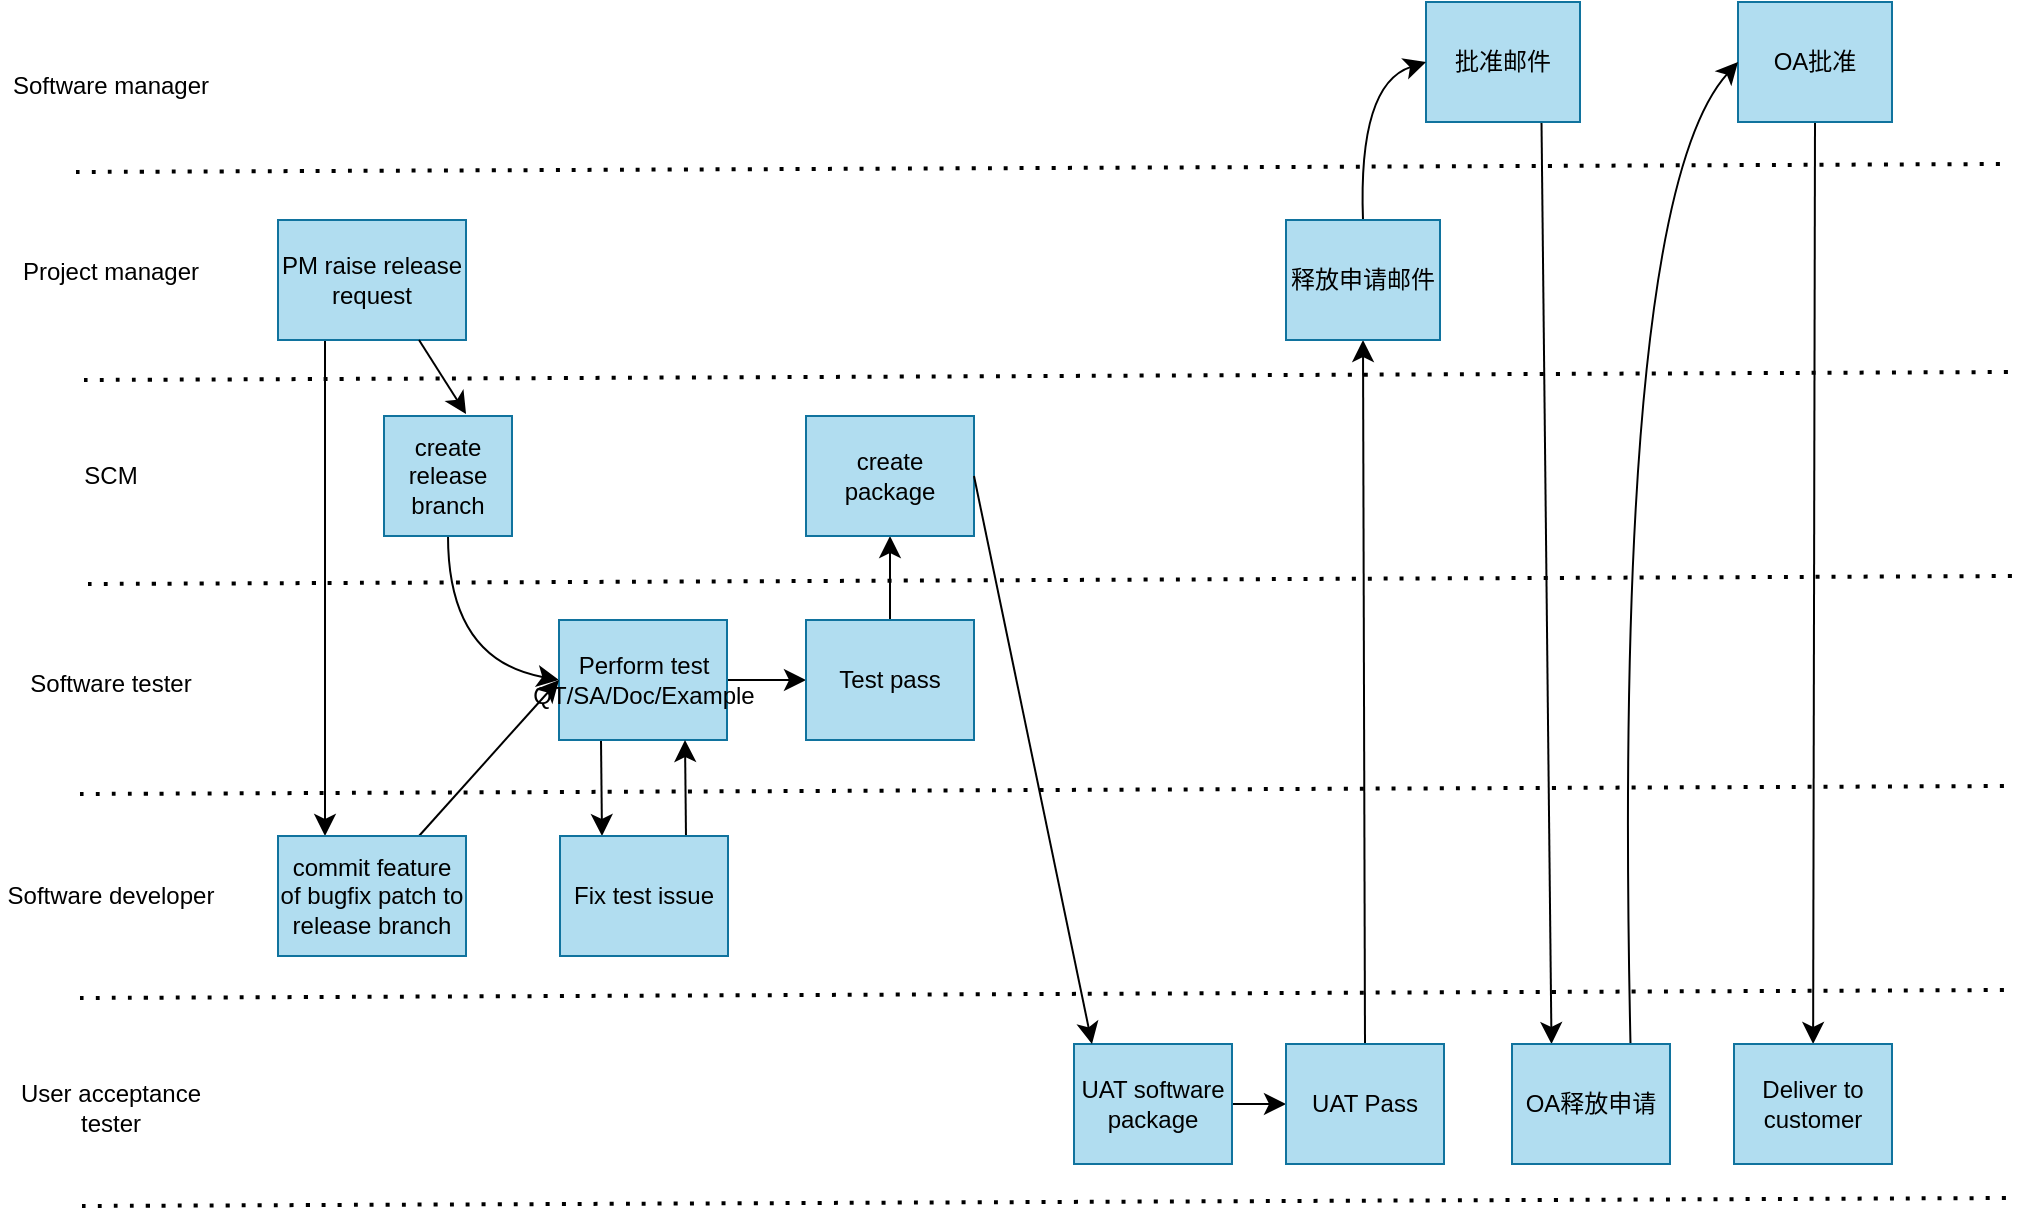
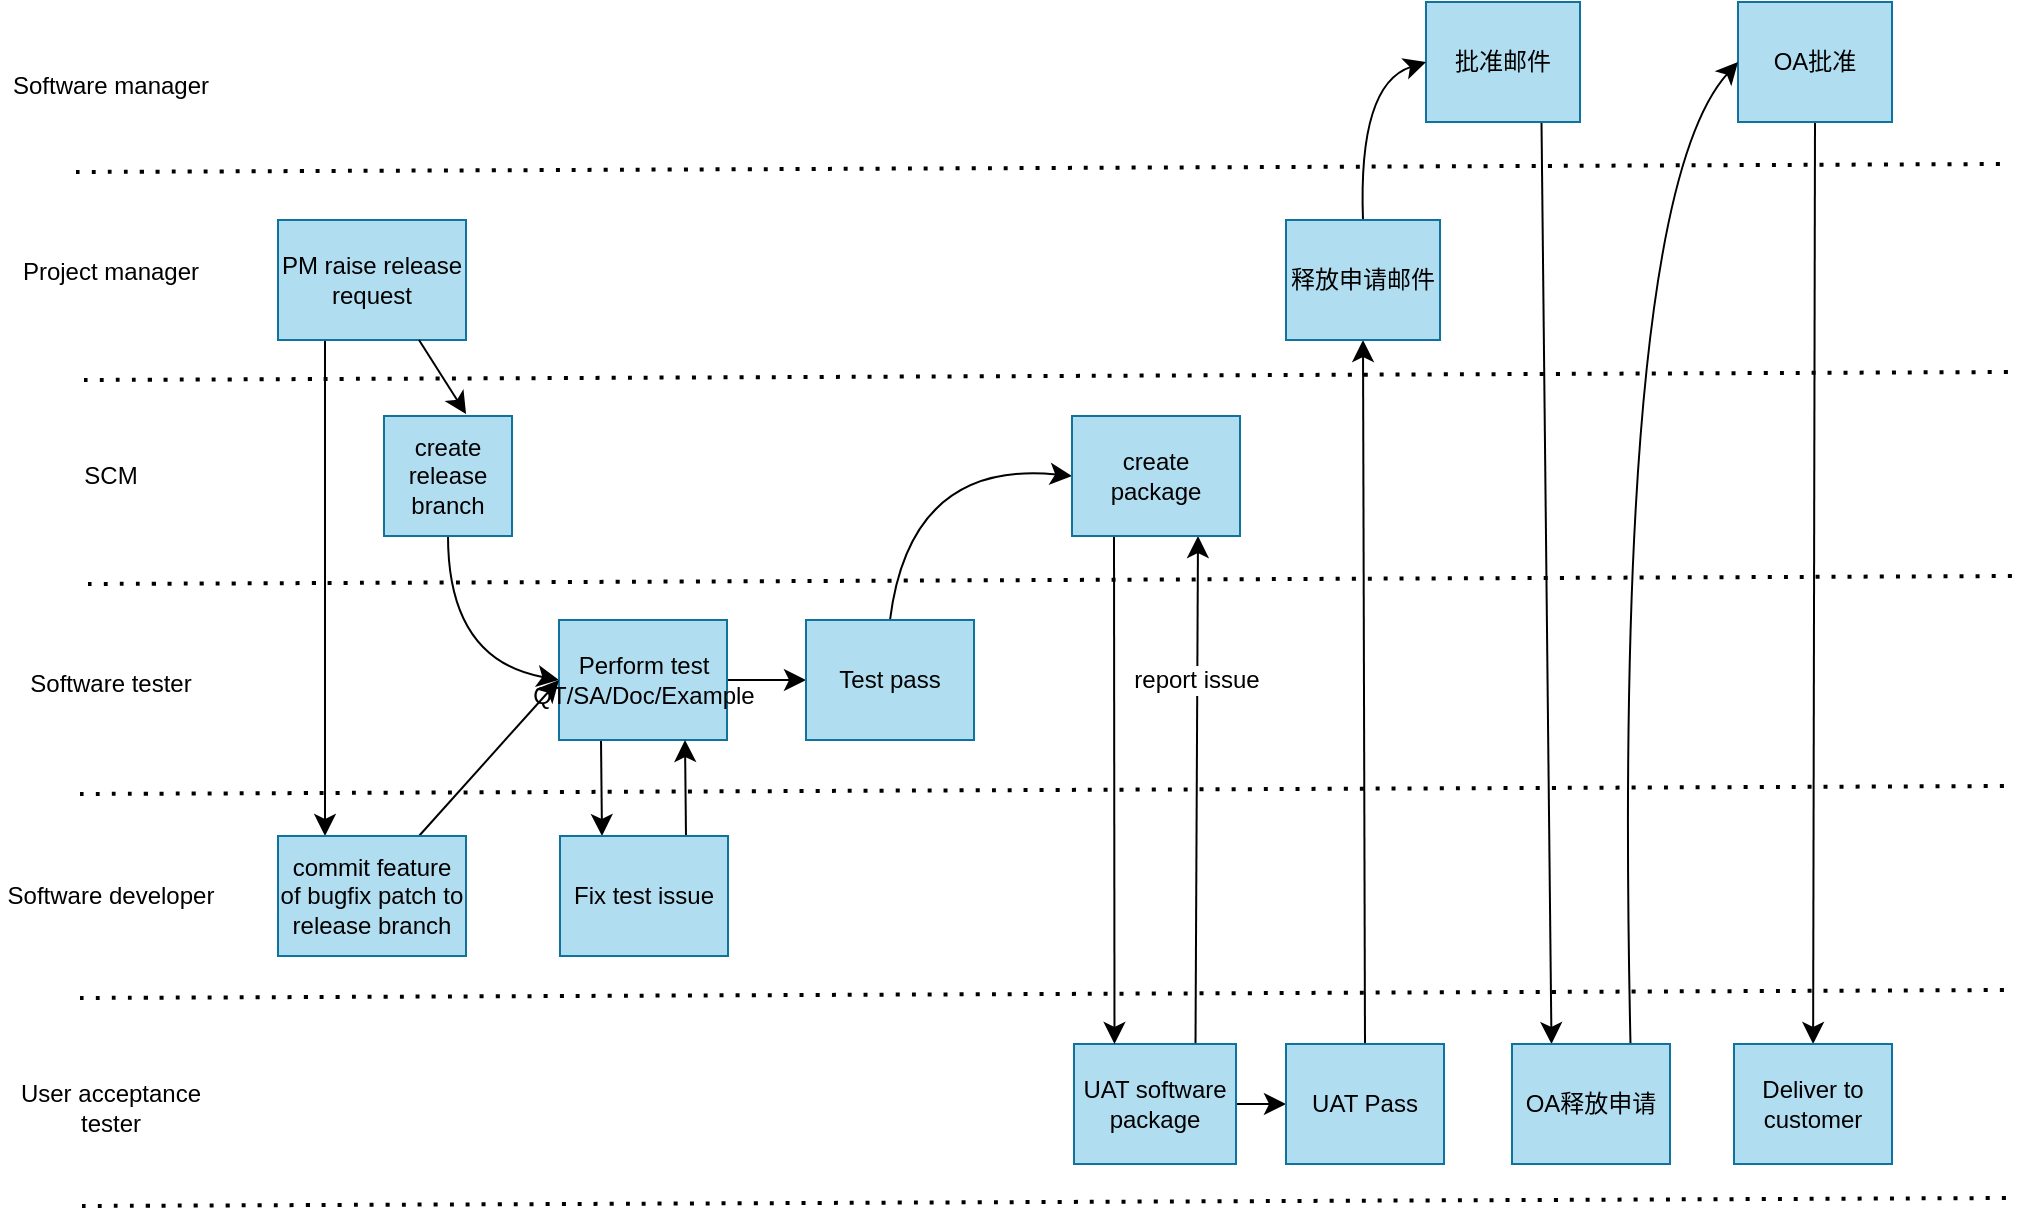
<mxfile host="app.diagrams.net">
  <diagram name="Page-1" id="fTPwgdbc9iwTcl-xMIqn">
    <mxGraphModel dx="3014" dy="1651" grid="0" gridSize="10" guides="1" tooltips="1" connect="1" arrows="1" fold="1" page="0" pageScale="1" pageWidth="827" pageHeight="1169" math="0" shadow="0">
      <root>
        <mxCell id="0" />
        <mxCell id="1" parent="0" />
        <mxCell id="DVGrybJIp1oMZ7pIrlnc-45" edge="1" parent="1" source="DVGrybJIp1oMZ7pIrlnc-1" style="edgeStyle=none;curved=1;rounded=0;orthogonalLoop=1;jettySize=auto;html=1;exitX=0.75;exitY=1;exitDx=0;exitDy=0;entryX=0.25;entryY=0;entryDx=0;entryDy=0;fontSize=12;startSize=8;endSize=8;" target="DVGrybJIp1oMZ7pIrlnc-28">
          <mxGeometry relative="1" as="geometry" />
        </mxCell>
        <mxCell id="DVGrybJIp1oMZ7pIrlnc-1" parent="1" style="rounded=0;whiteSpace=wrap;html=1;fillColor=#b1ddf0;strokeColor=#10739e;" value="批准邮件" vertex="1">
          <mxGeometry height="60" width="77" x="-542" y="-687" as="geometry" />
        </mxCell>
        <mxCell id="DVGrybJIp1oMZ7pIrlnc-4" edge="1" parent="1" style="endArrow=none;dashed=1;html=1;dashPattern=1 3;strokeWidth=2;rounded=0;fontSize=12;startSize=8;endSize=8;curved=1;" value="">
          <mxGeometry height="50" relative="1" width="50" as="geometry">
            <mxPoint x="-1217" y="-602" as="sourcePoint" />
            <mxPoint x="-253" y="-606" as="targetPoint" />
          </mxGeometry>
        </mxCell>
        <mxCell id="DVGrybJIp1oMZ7pIrlnc-31" edge="1" parent="1" source="DVGrybJIp1oMZ7pIrlnc-6" style="edgeStyle=none;curved=1;rounded=0;orthogonalLoop=1;jettySize=auto;html=1;exitX=0.25;exitY=1;exitDx=0;exitDy=0;entryX=0.25;entryY=0;entryDx=0;entryDy=0;fontSize=12;startSize=8;endSize=8;" target="DVGrybJIp1oMZ7pIrlnc-12">
          <mxGeometry relative="1" as="geometry" />
        </mxCell>
        <mxCell id="DVGrybJIp1oMZ7pIrlnc-6" parent="1" style="rounded=0;whiteSpace=wrap;html=1;fillColor=#b1ddf0;strokeColor=#10739e;" value="PM raise release request" vertex="1">
          <mxGeometry height="60" width="94" x="-1116" y="-578" as="geometry" />
        </mxCell>
        <mxCell id="DVGrybJIp1oMZ7pIrlnc-7" edge="1" parent="1" style="endArrow=none;dashed=1;html=1;dashPattern=1 3;strokeWidth=2;rounded=0;fontSize=12;startSize=8;endSize=8;curved=1;" value="">
          <mxGeometry height="50" relative="1" width="50" as="geometry">
            <mxPoint x="-1213" y="-498" as="sourcePoint" />
            <mxPoint x="-249" y="-502" as="targetPoint" />
          </mxGeometry>
        </mxCell>
        <mxCell id="DVGrybJIp1oMZ7pIrlnc-32" edge="1" parent="1" source="DVGrybJIp1oMZ7pIrlnc-8" style="edgeStyle=none;curved=1;rounded=0;orthogonalLoop=1;jettySize=auto;html=1;exitX=0.5;exitY=1;exitDx=0;exitDy=0;entryX=0;entryY=0.5;entryDx=0;entryDy=0;fontSize=12;startSize=8;endSize=8;" target="DVGrybJIp1oMZ7pIrlnc-10">
          <mxGeometry relative="1" as="geometry">
            <Array as="points">
              <mxPoint x="-1031" y="-358" />
            </Array>
          </mxGeometry>
        </mxCell>
        <mxCell id="DVGrybJIp1oMZ7pIrlnc-8" parent="1" style="rounded=0;whiteSpace=wrap;html=1;fillColor=#b1ddf0;strokeColor=#10739e;" value="create release branch" vertex="1">
          <mxGeometry height="60" width="64" x="-1063" y="-480" as="geometry" />
        </mxCell>
        <mxCell id="DVGrybJIp1oMZ7pIrlnc-9" edge="1" parent="1" style="endArrow=none;dashed=1;html=1;dashPattern=1 3;strokeWidth=2;rounded=0;fontSize=12;startSize=8;endSize=8;curved=1;" value="">
          <mxGeometry height="50" relative="1" width="50" as="geometry">
            <mxPoint x="-1211" y="-396" as="sourcePoint" />
            <mxPoint x="-247" y="-400" as="targetPoint" />
          </mxGeometry>
        </mxCell>
        <mxCell id="DVGrybJIp1oMZ7pIrlnc-34" edge="1" parent="1" source="DVGrybJIp1oMZ7pIrlnc-10" style="edgeStyle=none;curved=1;rounded=0;orthogonalLoop=1;jettySize=auto;html=1;exitX=0.25;exitY=1;exitDx=0;exitDy=0;entryX=0.25;entryY=0;entryDx=0;entryDy=0;fontSize=12;startSize=8;endSize=8;" target="DVGrybJIp1oMZ7pIrlnc-26">
          <mxGeometry relative="1" as="geometry" />
        </mxCell>
        <mxCell id="DVGrybJIp1oMZ7pIrlnc-36" edge="1" parent="1" source="DVGrybJIp1oMZ7pIrlnc-10" style="edgeStyle=none;curved=1;rounded=0;orthogonalLoop=1;jettySize=auto;html=1;exitX=1;exitY=0.5;exitDx=0;exitDy=0;entryX=0;entryY=0.5;entryDx=0;entryDy=0;fontSize=12;startSize=8;endSize=8;" target="DVGrybJIp1oMZ7pIrlnc-24">
          <mxGeometry relative="1" as="geometry" />
        </mxCell>
        <mxCell id="DVGrybJIp1oMZ7pIrlnc-10" parent="1" style="rounded=0;whiteSpace=wrap;html=1;fillColor=#b1ddf0;strokeColor=#10739e;" value="&lt;div&gt;Perform test&lt;/div&gt;&lt;div&gt;QT/SA/Doc/Example&lt;/div&gt;" vertex="1">
          <mxGeometry height="60" width="84" x="-975.5" y="-378" as="geometry" />
        </mxCell>
        <mxCell id="DVGrybJIp1oMZ7pIrlnc-11" edge="1" parent="1" style="endArrow=none;dashed=1;html=1;dashPattern=1 3;strokeWidth=2;rounded=0;fontSize=12;startSize=8;endSize=8;curved=1;" value="">
          <mxGeometry height="50" relative="1" width="50" as="geometry">
            <mxPoint x="-1215" y="-291" as="sourcePoint" />
            <mxPoint x="-251" y="-295" as="targetPoint" />
          </mxGeometry>
        </mxCell>
        <mxCell id="DVGrybJIp1oMZ7pIrlnc-33" edge="1" parent="1" source="DVGrybJIp1oMZ7pIrlnc-12" style="edgeStyle=none;curved=1;rounded=0;orthogonalLoop=1;jettySize=auto;html=1;exitX=0.75;exitY=0;exitDx=0;exitDy=0;entryX=0;entryY=0.5;entryDx=0;entryDy=0;fontSize=12;startSize=8;endSize=8;" target="DVGrybJIp1oMZ7pIrlnc-10">
          <mxGeometry relative="1" as="geometry" />
        </mxCell>
        <mxCell id="DVGrybJIp1oMZ7pIrlnc-12" parent="1" style="rounded=0;whiteSpace=wrap;html=1;fillColor=#b1ddf0;strokeColor=#10739e;" value="commit feature of bugfix patch to release branch" vertex="1">
          <mxGeometry height="60" width="94" x="-1116" y="-270" as="geometry" />
        </mxCell>
        <mxCell id="DVGrybJIp1oMZ7pIrlnc-13" edge="1" parent="1" style="endArrow=none;dashed=1;html=1;dashPattern=1 3;strokeWidth=2;rounded=0;fontSize=12;startSize=8;endSize=8;curved=1;" value="">
          <mxGeometry height="50" relative="1" width="50" as="geometry">
            <mxPoint x="-1215" y="-189" as="sourcePoint" />
            <mxPoint x="-251" y="-193" as="targetPoint" />
          </mxGeometry>
        </mxCell>
        <mxCell id="DVGrybJIp1oMZ7pIrlnc-14" parent="1" style="text;html=1;whiteSpace=wrap;strokeColor=none;fillColor=none;align=center;verticalAlign=middle;rounded=0;" value="Software manager" vertex="1">
          <mxGeometry height="30" width="111" x="-1255" y="-660" as="geometry" />
        </mxCell>
        <mxCell id="DVGrybJIp1oMZ7pIrlnc-15" parent="1" style="text;html=1;whiteSpace=wrap;strokeColor=none;fillColor=none;align=center;verticalAlign=middle;rounded=0;" value="Project manager" vertex="1">
          <mxGeometry height="30" width="111" x="-1255" y="-567" as="geometry" />
        </mxCell>
        <mxCell id="DVGrybJIp1oMZ7pIrlnc-16" parent="1" style="text;html=1;whiteSpace=wrap;strokeColor=none;fillColor=none;align=center;verticalAlign=middle;rounded=0;" value="SCM" vertex="1">
          <mxGeometry height="30" width="111" x="-1255" y="-465" as="geometry" />
        </mxCell>
        <mxCell id="DVGrybJIp1oMZ7pIrlnc-17" parent="1" style="text;html=1;whiteSpace=wrap;strokeColor=none;fillColor=none;align=center;verticalAlign=middle;rounded=0;" value="Software tester" vertex="1">
          <mxGeometry height="30" width="111" x="-1255" y="-361" as="geometry" />
        </mxCell>
        <mxCell id="DVGrybJIp1oMZ7pIrlnc-18" parent="1" style="text;html=1;whiteSpace=wrap;strokeColor=none;fillColor=none;align=center;verticalAlign=middle;rounded=0;" value="Software developer" vertex="1">
          <mxGeometry height="30" width="111" x="-1255" y="-255" as="geometry" />
        </mxCell>
        <mxCell id="DVGrybJIp1oMZ7pIrlnc-41" edge="1" parent="1" source="DVGrybJIp1oMZ7pIrlnc-19" style="edgeStyle=none;curved=1;rounded=0;orthogonalLoop=1;jettySize=auto;html=1;exitX=1;exitY=0.5;exitDx=0;exitDy=0;entryX=0;entryY=0.5;entryDx=0;entryDy=0;fontSize=12;startSize=8;endSize=8;" target="DVGrybJIp1oMZ7pIrlnc-27">
          <mxGeometry relative="1" as="geometry" />
        </mxCell>
+         <mxCell id="DVGrybJIp1oMZ7pIrlnc-49" edge="1" parent="1" source="DVGrybJIp1oMZ7pIrlnc-19" style="edgeStyle=none;curved=1;rounded=0;orthogonalLoop=1;jettySize=auto;html=1;exitX=0.75;exitY=0;exitDx=0;exitDy=0;entryX=0.75;entryY=1;entryDx=0;entryDy=0;fontSize=12;startSize=8;endSize=8;" target="DVGrybJIp1oMZ7pIrlnc-25">
+           <mxGeometry relative="1" as="geometry" />
+         </mxCell>
+         <mxCell id="DVGrybJIp1oMZ7pIrlnc-50" connectable="0" parent="DVGrybJIp1oMZ7pIrlnc-49" style="edgeLabel;html=1;align=center;verticalAlign=middle;resizable=0;points=[];fontSize=12;" value="report issue" vertex="1">
+           <mxGeometry relative="1" x="0.433" y="1" as="geometry">
+             <mxPoint as="offset" />
+           </mxGeometry>
+         </mxCell>
        <mxCell id="DVGrybJIp1oMZ7pIrlnc-19" parent="1" style="rounded=0;whiteSpace=wrap;html=1;fillColor=#b1ddf0;strokeColor=#10739e;" value="UAT software package" vertex="1">
-           <mxGeometry height="60" width="79" x="-718" y="-166" as="geometry" />
+           <mxGeometry height="60" width="81" x="-718" y="-166" as="geometry" />
        </mxCell>
        <mxCell id="DVGrybJIp1oMZ7pIrlnc-20" edge="1" parent="1" style="endArrow=none;dashed=1;html=1;dashPattern=1 3;strokeWidth=2;rounded=0;fontSize=12;startSize=8;endSize=8;curved=1;" value="">
          <mxGeometry height="50" relative="1" width="50" as="geometry">
            <mxPoint x="-1214" y="-85" as="sourcePoint" />
            <mxPoint x="-250" y="-89" as="targetPoint" />
          </mxGeometry>
        </mxCell>
        <mxCell id="DVGrybJIp1oMZ7pIrlnc-21" parent="1" style="text;html=1;whiteSpace=wrap;strokeColor=none;fillColor=none;align=center;verticalAlign=middle;rounded=0;" value="User acceptance tester" vertex="1">
          <mxGeometry height="30" width="111" x="-1255" y="-149" as="geometry" />
        </mxCell>
        <mxCell id="DVGrybJIp1oMZ7pIrlnc-47" edge="1" parent="1" source="DVGrybJIp1oMZ7pIrlnc-22" style="edgeStyle=none;curved=1;rounded=0;orthogonalLoop=1;jettySize=auto;html=1;exitX=0.5;exitY=1;exitDx=0;exitDy=0;fontSize=12;startSize=8;endSize=8;" target="DVGrybJIp1oMZ7pIrlnc-29">
          <mxGeometry relative="1" as="geometry" />
        </mxCell>
        <mxCell id="DVGrybJIp1oMZ7pIrlnc-22" parent="1" style="rounded=0;whiteSpace=wrap;html=1;fillColor=#b1ddf0;strokeColor=#10739e;" value="OA批准" vertex="1">
          <mxGeometry height="60" width="77" x="-386" y="-687" as="geometry" />
        </mxCell>
        <mxCell id="DVGrybJIp1oMZ7pIrlnc-40" edge="1" parent="1" source="DVGrybJIp1oMZ7pIrlnc-23" style="edgeStyle=none;curved=1;rounded=0;orthogonalLoop=1;jettySize=auto;html=1;exitX=0.5;exitY=1;exitDx=0;exitDy=0;entryX=0.5;entryY=0;entryDx=0;entryDy=0;fontSize=12;startSize=8;endSize=8;startArrow=classic;startFill=1;endArrow=none;endFill=0;" target="DVGrybJIp1oMZ7pIrlnc-27">
          <mxGeometry relative="1" as="geometry" />
        </mxCell>
        <mxCell id="DVGrybJIp1oMZ7pIrlnc-44" edge="1" parent="1" source="DVGrybJIp1oMZ7pIrlnc-23" style="edgeStyle=none;curved=1;rounded=0;orthogonalLoop=1;jettySize=auto;html=1;exitX=0.5;exitY=0;exitDx=0;exitDy=0;entryX=0;entryY=0.5;entryDx=0;entryDy=0;fontSize=12;startSize=8;endSize=8;" target="DVGrybJIp1oMZ7pIrlnc-1">
          <mxGeometry relative="1" as="geometry">
            <Array as="points">
              <mxPoint x="-576" y="-646" />
            </Array>
          </mxGeometry>
        </mxCell>
        <mxCell id="DVGrybJIp1oMZ7pIrlnc-23" parent="1" style="rounded=0;whiteSpace=wrap;html=1;fillColor=#b1ddf0;strokeColor=#10739e;" value="释放申请邮件" vertex="1">
          <mxGeometry height="60" width="77" x="-612" y="-578" as="geometry" />
        </mxCell>
-         <mxCell id="DVGrybJIp1oMZ7pIrlnc-37" edge="1" parent="1" source="DVGrybJIp1oMZ7pIrlnc-24" style="edgeStyle=none;curved=1;rounded=0;orthogonalLoop=1;jettySize=auto;html=1;exitX=0.5;exitY=0;exitDx=0;exitDy=0;entryX=0.5;entryY=1;entryDx=0;entryDy=0;fontSize=12;startSize=8;endSize=8;" target="DVGrybJIp1oMZ7pIrlnc-25">
-           <mxGeometry relative="1" as="geometry" />
+         <mxCell id="DVGrybJIp1oMZ7pIrlnc-37" edge="1" parent="1" source="DVGrybJIp1oMZ7pIrlnc-24" style="edgeStyle=none;curved=1;rounded=0;orthogonalLoop=1;jettySize=auto;html=1;exitX=0.5;exitY=0;exitDx=0;exitDy=0;entryX=0;entryY=0.5;entryDx=0;entryDy=0;fontSize=12;startSize=8;endSize=8;" target="DVGrybJIp1oMZ7pIrlnc-25">
+           <mxGeometry relative="1" as="geometry">
+             <Array as="points">
+               <mxPoint x="-800" y="-458" />
+             </Array>
+           </mxGeometry>
        </mxCell>
        <mxCell id="DVGrybJIp1oMZ7pIrlnc-24" parent="1" style="rounded=0;whiteSpace=wrap;html=1;fillColor=#b1ddf0;strokeColor=#10739e;" value="Test pass" vertex="1">
          <mxGeometry height="60" width="84" x="-852" y="-378" as="geometry" />
        </mxCell>
+         <mxCell id="DVGrybJIp1oMZ7pIrlnc-48" edge="1" parent="1" source="DVGrybJIp1oMZ7pIrlnc-25" style="edgeStyle=none;curved=1;rounded=0;orthogonalLoop=1;jettySize=auto;html=1;exitX=0.25;exitY=1;exitDx=0;exitDy=0;entryX=0.25;entryY=0;entryDx=0;entryDy=0;fontSize=12;startSize=8;endSize=8;" target="DVGrybJIp1oMZ7pIrlnc-19">
+           <mxGeometry relative="1" as="geometry" />
+         </mxCell>
        <mxCell id="DVGrybJIp1oMZ7pIrlnc-25" parent="1" style="rounded=0;whiteSpace=wrap;html=1;fillColor=#b1ddf0;strokeColor=#10739e;" value="create package" vertex="1">
-           <mxGeometry height="60" width="84" x="-852" y="-480" as="geometry" />
+           <mxGeometry height="60" width="84" x="-719" y="-480" as="geometry" />
        </mxCell>
        <mxCell id="DVGrybJIp1oMZ7pIrlnc-35" edge="1" parent="1" source="DVGrybJIp1oMZ7pIrlnc-26" style="edgeStyle=none;curved=1;rounded=0;orthogonalLoop=1;jettySize=auto;html=1;exitX=0.75;exitY=0;exitDx=0;exitDy=0;entryX=0.75;entryY=1;entryDx=0;entryDy=0;fontSize=12;startSize=8;endSize=8;" target="DVGrybJIp1oMZ7pIrlnc-10">
          <mxGeometry relative="1" as="geometry" />
        </mxCell>
        <mxCell id="DVGrybJIp1oMZ7pIrlnc-26" parent="1" style="rounded=0;whiteSpace=wrap;html=1;fillColor=#b1ddf0;strokeColor=#10739e;" value="Fix test issue" vertex="1">
          <mxGeometry height="60" width="84" x="-975" y="-270" as="geometry" />
        </mxCell>
        <mxCell id="DVGrybJIp1oMZ7pIrlnc-27" parent="1" style="rounded=0;whiteSpace=wrap;html=1;fillColor=#b1ddf0;strokeColor=#10739e;" value="UAT Pass" vertex="1">
          <mxGeometry height="60" width="79" x="-612" y="-166" as="geometry" />
        </mxCell>
        <mxCell id="DVGrybJIp1oMZ7pIrlnc-46" edge="1" parent="1" source="DVGrybJIp1oMZ7pIrlnc-28" style="edgeStyle=none;curved=1;rounded=0;orthogonalLoop=1;jettySize=auto;html=1;exitX=0.75;exitY=0;exitDx=0;exitDy=0;entryX=0;entryY=0.5;entryDx=0;entryDy=0;fontSize=12;startSize=8;endSize=8;" target="DVGrybJIp1oMZ7pIrlnc-22">
          <mxGeometry relative="1" as="geometry">
            <Array as="points">
              <mxPoint x="-449" y="-587" />
            </Array>
          </mxGeometry>
        </mxCell>
        <mxCell id="DVGrybJIp1oMZ7pIrlnc-28" parent="1" style="rounded=0;whiteSpace=wrap;html=1;fillColor=#b1ddf0;strokeColor=#10739e;" value="OA释放申请" vertex="1">
          <mxGeometry height="60" width="79" x="-499" y="-166" as="geometry" />
        </mxCell>
        <mxCell id="DVGrybJIp1oMZ7pIrlnc-29" parent="1" style="rounded=0;whiteSpace=wrap;html=1;fillColor=#b1ddf0;strokeColor=#10739e;" value="Deliver to customer" vertex="1">
          <mxGeometry height="60" width="79" x="-388" y="-166" as="geometry" />
        </mxCell>
        <mxCell id="DVGrybJIp1oMZ7pIrlnc-30" edge="1" parent="1" source="DVGrybJIp1oMZ7pIrlnc-6" style="edgeStyle=none;curved=1;rounded=0;orthogonalLoop=1;jettySize=auto;html=1;exitX=0.75;exitY=1;exitDx=0;exitDy=0;entryX=0.641;entryY=-0.017;entryDx=0;entryDy=0;entryPerimeter=0;fontSize=12;startSize=8;endSize=8;" target="DVGrybJIp1oMZ7pIrlnc-8">
          <mxGeometry relative="1" as="geometry" />
        </mxCell>
-         <mxCell id="DVGrybJIp1oMZ7pIrlnc-43" edge="1" parent="1" source="DVGrybJIp1oMZ7pIrlnc-25" style="edgeStyle=none;curved=1;rounded=0;orthogonalLoop=1;jettySize=auto;html=1;exitX=1;exitY=0.5;exitDx=0;exitDy=0;entryX=0.114;entryY=0;entryDx=0;entryDy=0;entryPerimeter=0;fontSize=12;startSize=8;endSize=8;" target="DVGrybJIp1oMZ7pIrlnc-19">
-           <mxGeometry relative="1" as="geometry" />
-         </mxCell>
      </root>
    </mxGraphModel>
  </diagram>
</mxfile>
